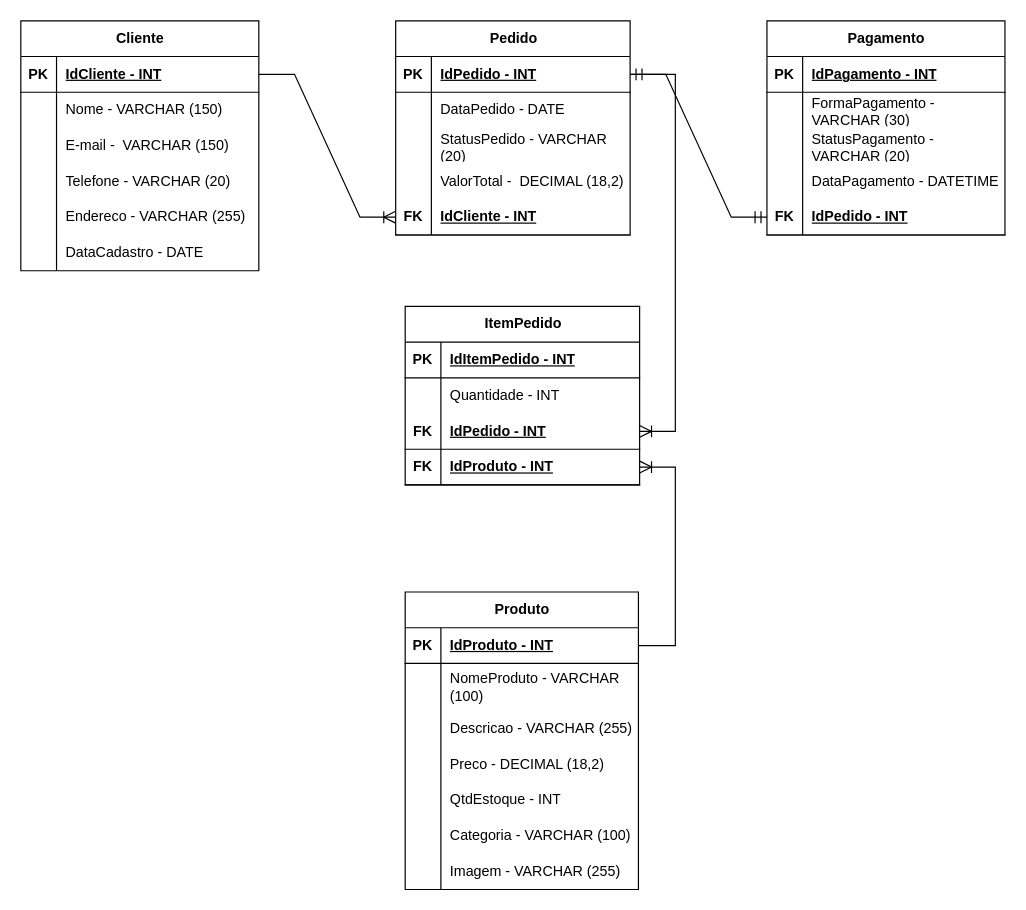
Earlier version of the draw.io diagram page "ModeloFisico" (2 of 2) of Banco de Dados/Projeto E-Commerce.drawio (DanielOLWard/Projeto-E-Commerce). Source tidied: cells renumbered, new cells numbered last; positions are measured from the earlier drawing's top-left corner, leaving out a move shared by most shapes. Both pictures are drawn from the tidied source at 119%, with x=0, y=0 at pixel (20, 20).
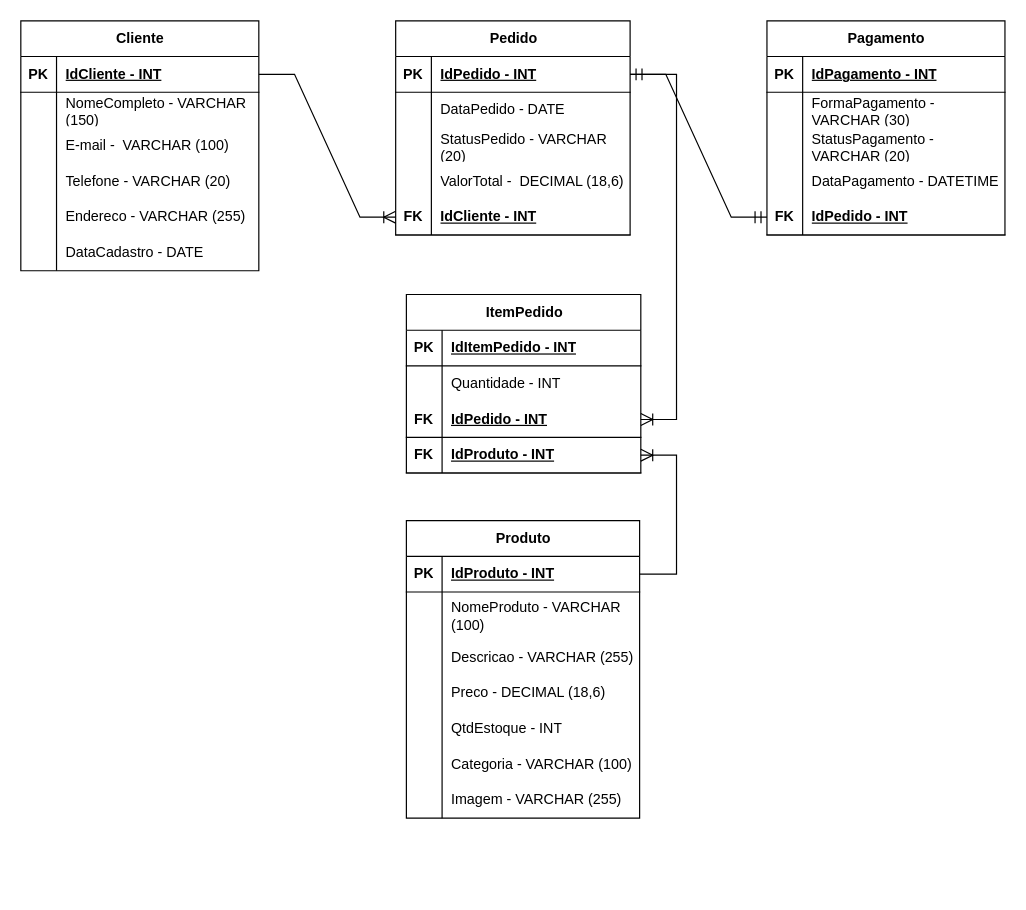
Above is the later version.

The change refers to these unchanged cells:
```xml
<mxCell id="6" style="shape=tableRow;horizontal=0;startSize=0;swimlaneHead=0;swimlaneBody=0;fillColor=none;top=0;left=0;right=0;bottom=0;" parent="2" vertex="1">
  <mxGeometry y="60" width="200" height="30" as="geometry" />
</mxCell>
<mxCell id="9" style="shape=tableRow;horizontal=0;startSize=0;swimlaneHead=0;swimlaneBody=0;fillColor=none;top=0;left=0;right=0;bottom=0;" parent="2" vertex="1">
  <mxGeometry y="90" width="200" height="30" as="geometry" />
</mxCell>
<mxCell id="31" style="shape=tableRow;horizontal=0;startSize=0;swimlaneHead=0;swimlaneBody=0;fillColor=none;top=0;left=0;right=0;bottom=0;" parent="21" vertex="1">
  <mxGeometry y="120" width="197" height="30" as="geometry" />
</mxCell>
<mxCell id="76" style="shape=tableRow;horizontal=0;startSize=0;swimlaneHead=0;swimlaneBody=0;fillColor=none;top=0;left=0;right=0;bottom=0;" parent="66" vertex="1">
  <mxGeometry y="130" width="196" height="30" as="geometry" />
</mxCell>
```

What changed in the source:
```diff
@@
-    <mxCell id="8" value="Nome - VARCHAR (150)" style="shape=partialRectangle;fillColor=none;top=0;left=0;bottom=0;right=0;align=left;spacingLeft=6;overflow=hidden;whiteSpace=wrap;html=1;" parent="6" vertex="1">
+    <mxCell id="8" value="NomeCompleto - VARCHAR (150)" style="shape=partialRectangle;fillColor=none;top=0;left=0;bottom=0;right=0;align=left;spacingLeft=6;overflow=hidden;whiteSpace=wrap;html=1;" parent="6" vertex="1">
       <mxGeometry x="30" width="170" height="30" as="geometry" />
     </mxCell>
@@
-    <mxCell id="11" value="E-mail -&amp;nbsp; VARCHAR (150)" style="shape=partialRectangle;fillColor=none;top=0;left=0;bottom=0;right=0;align=left;spacingLeft=6;overflow=hidden;whiteSpace=wrap;html=1;" parent="9" vertex="1">
+    <mxCell id="11" value="E-mail -&amp;nbsp; VARCHAR (100)" style="shape=partialRectangle;fillColor=none;top=0;left=0;bottom=0;right=0;align=left;spacingLeft=6;overflow=hidden;whiteSpace=wrap;html=1;" parent="9" vertex="1">
       <mxGeometry x="30" width="170" height="30" as="geometry" />
     </mxCell>
@@
-    <mxCell id="33" value="ValorTotal -&amp;nbsp; DECIMAL (18,2)" style="shape=partialRectangle;fillColor=none;top=0;left=0;bottom=0;right=0;align=left;spacingLeft=6;overflow=hidden;whiteSpace=wrap;html=1;" parent="31" vertex="1">
+    <mxCell id="33" value="ValorTotal -&amp;nbsp; DECIMAL (18,6)" style="shape=partialRectangle;fillColor=none;top=0;left=0;bottom=0;right=0;align=left;spacingLeft=6;overflow=hidden;whiteSpace=wrap;html=1;" parent="31" vertex="1">
       <mxGeometry x="30" width="167" height="30" as="geometry" />
     </mxCell>
@@
     <mxCell id="53" value="ItemPedido" style="shape=table;startSize=30;childLayout=tableLayout;rowLines=0;fontStyle=1;align=center;html=1;" parent="1" vertex="1">
-      <mxGeometry x="323" y="240" width="197" height="150" as="geometry" />
+      <mxGeometry x="324" y="230" width="197" height="150" as="geometry" />
     </mxCell>
@@
     <mxCell id="66" value="Produto" style="shape=table;startSize=30;childLayout=tableLayout;rowLines=0;fontStyle=1;align=center;html=1;" parent="1" vertex="1">
-      <mxGeometry x="323" y="480" width="196" height="250" as="geometry" />
+      <mxGeometry x="324" y="420" width="196" height="250" as="geometry" />
     </mxCell>
@@
-    <mxCell id="78" value="Preco - DECIMAL (18,2)" style="shape=partialRectangle;fillColor=none;top=0;left=0;bottom=0;right=0;align=left;spacingLeft=6;overflow=hidden;whiteSpace=wrap;html=1;" parent="76" vertex="1">
+    <mxCell id="78" value="Preco - DECIMAL (18,6)" style="shape=partialRectangle;fillColor=none;top=0;left=0;bottom=0;right=0;align=left;spacingLeft=6;overflow=hidden;whiteSpace=wrap;html=1;" parent="76" vertex="1">
       <mxGeometry x="30" width="166" height="30" as="geometry" />
     </mxCell>
```
